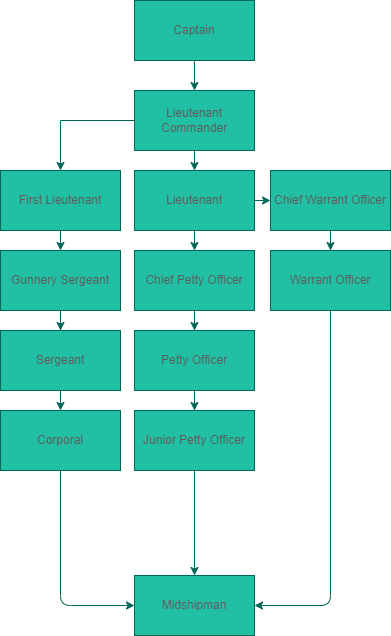
Earlier version of the draw.io export ChainofCommand.drawio.png (Bobbanz1/The-NSV-Chart). Source tidied: cells renumbered, new cells last; positions are measured from the earlier drawing's top-left corner, leaving out a move shared by most shapes.
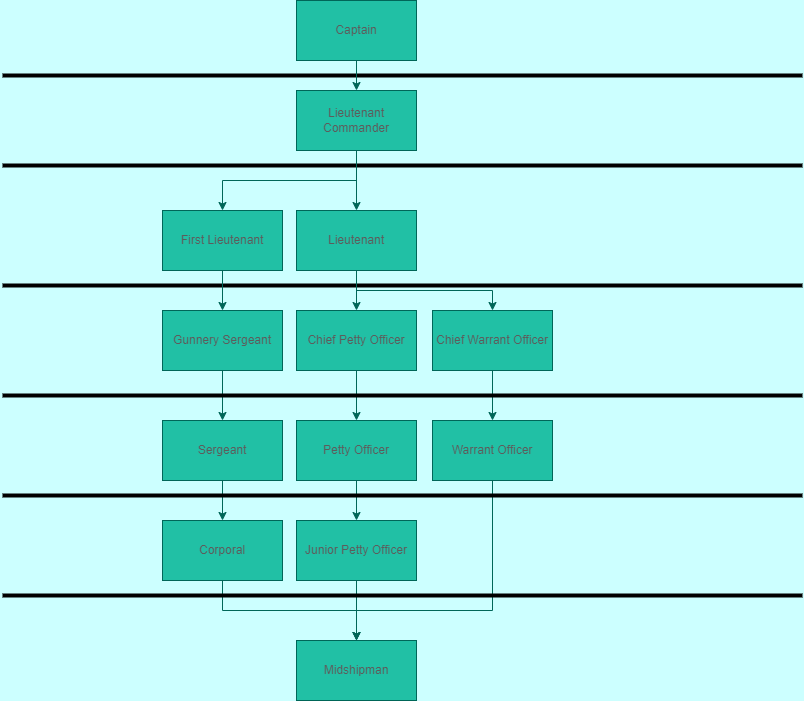
Above is the later version.

Change to the diagram source:
```diff
@@ -1,17 +1,26 @@
-<mxGraphModel>
+<mxGraphModel background="#CCFFFF">
   <root>
     <mxCell id="0" />
     <mxCell id="1" parent="0" />
+    <mxCell id="29" style="line;strokeWidth=4;html=1;perimeter=backbonePerimeter;rounded=0;sketch=0;fontColor=#5C5C5C;fillColor=#21C0A5;" parent="1" vertex="1">
+      <mxGeometry x="-160" y="280" width="800" height="10" as="geometry" />
+    </mxCell>
+    <mxCell id="30" style="line;strokeWidth=4;html=1;perimeter=backbonePerimeter;rounded=0;sketch=0;fontColor=#5C5C5C;fillColor=#21C0A5;" parent="1" vertex="1">
+      <mxGeometry x="-160" y="160" width="800" height="10" as="geometry" />
+    </mxCell>
+    <mxCell id="31" style="line;strokeWidth=4;html=1;perimeter=backbonePerimeter;rounded=0;sketch=0;fontColor=#5C5C5C;fillColor=#21C0A5;" parent="1" vertex="1">
+      <mxGeometry x="-160" y="70" width="800" height="10" as="geometry" />
+    </mxCell>
     <mxCell id="2" style="edgeStyle=orthogonalEdgeStyle;rounded=0;jettySize=auto;html=1;strokeColor=#006658;fontColor=#5C5C5C;" parent="1" edge="1" source="3" target="6">
       <mxGeometry relative="1" as="geometry" />
     </mxCell>
     <mxCell id="3" value="Captain" style="rounded=0;whiteSpace=wrap;html=1;fillColor=#21C0A5;strokeColor=#006658;fontColor=#5C5C5C;" parent="1" vertex="1">
       <mxGeometry x="134" width="120" height="60" as="geometry" />
     </mxCell>
-    <mxCell id="4" style="edgeStyle=orthogonalEdgeStyle;rounded=0;jettySize=auto;html=1;strokeColor=#006658;fontColor=#5C5C5C;" parent="1" edge="1" source="6" target="8">
+    <mxCell id="4" style="edgeStyle=orthogonalEdgeStyle;rounded=0;sketch=0;jettySize=auto;html=1;exitX=0.5;exitY=1;exitDx=0;exitDy=0;entryX=0.5;entryY=0;entryDx=0;entryDy=0;fontColor=#5C5C5C;strokeColor=#006658;fillColor=#21C0A5;" parent="1" edge="1" source="6" target="8">
       <mxGeometry relative="1" as="geometry" />
     </mxCell>
-    <mxCell id="5" style="edgeStyle=orthogonalEdgeStyle;curved=0;rounded=1;sketch=0;jettySize=auto;html=1;exitX=0.5;exitY=1;exitDx=0;exitDy=0;entryX=0.5;entryY=0;entryDx=0;entryDy=0;fontColor=#5C5C5C;strokeColor=#006658;fillColor=#21C0A5;" parent="1" edge="1" source="6" target="11">
+    <mxCell id="5" style="edgeStyle=orthogonalEdgeStyle;rounded=0;sketch=0;jettySize=auto;html=1;exitX=0.5;exitY=1;exitDx=0;exitDy=0;entryX=0.5;entryY=0;entryDx=0;entryDy=0;fontColor=#5C5C5C;strokeColor=#006658;fillColor=#21C0A5;" parent="1" edge="1" source="6" target="11">
       <mxGeometry relative="1" as="geometry" />
     </mxCell>
     <mxCell id="6" value="Lieutenant Commander" style="rounded=0;whiteSpace=wrap;html=1;fillColor=#21C0A5;strokeColor=#006658;fontColor=#5C5C5C;" parent="1" vertex="1">
@@ -21,67 +30,86 @@
       <mxGeometry relative="1" as="geometry" />
     </mxCell>
     <mxCell id="8" value="First Lieutenant" style="rounded=0;whiteSpace=wrap;html=1;fillColor=#21C0A5;strokeColor=#006658;fontColor=#5C5C5C;" parent="1" vertex="1">
-      <mxGeometry y="170" width="120" height="60" as="geometry" />
+      <mxGeometry y="210" width="120" height="60" as="geometry" />
     </mxCell>
+    <mxCell id="10" style="edgeStyle=orthogonalEdgeStyle;rounded=0;sketch=0;jettySize=auto;html=1;exitX=0.5;exitY=1;exitDx=0;exitDy=0;entryX=0.5;entryY=0;entryDx=0;entryDy=0;fontColor=#5C5C5C;strokeColor=#006658;fillColor=#21C0A5;" parent="1" edge="1" source="11" target="23">
+      <mxGeometry relative="1" as="geometry" />
+    </mxCell>
-    <mxCell id="9" style="edgeStyle=orthogonalEdgeStyle;curved=0;rounded=1;sketch=0;jettySize=auto;html=1;exitX=0.5;exitY=1;exitDx=0;exitDy=0;entryX=0.5;entryY=0;entryDx=0;entryDy=0;fontColor=#5C5C5C;strokeColor=#006658;fillColor=#21C0A5;" parent="1" edge="1" source="11" target="17">
+    <mxCell id="9" style="edgeStyle=orthogonalEdgeStyle;rounded=0;sketch=0;jettySize=auto;html=1;exitX=0.5;exitY=1;exitDx=0;exitDy=0;entryX=0.5;entryY=0;entryDx=0;entryDy=0;fontColor=#5C5C5C;strokeColor=#006658;fillColor=#21C0A5;" parent="1" edge="1" source="11" target="17">
       <mxGeometry relative="1" as="geometry" />
     </mxCell>
-    <mxCell id="10" style="edgeStyle=orthogonalEdgeStyle;curved=0;rounded=1;sketch=0;jettySize=auto;html=1;exitX=1;exitY=0.5;exitDx=0;exitDy=0;entryX=0;entryY=0.5;entryDx=0;entryDy=0;fontColor=#5C5C5C;strokeColor=#006658;fillColor=#21C0A5;" parent="1" edge="1" source="11" target="23">
-      <mxGeometry relative="1" as="geometry" />
-    </mxCell>
     <mxCell id="11" value="Lieutenant" style="whiteSpace=wrap;html=1;rounded=0;fillColor=#21C0A5;strokeColor=#006658;fontColor=#5C5C5C;" parent="1" vertex="1">
-      <mxGeometry x="134" y="170" width="120" height="60" as="geometry" />
+      <mxGeometry x="134" y="210" width="120" height="60" as="geometry" />
     </mxCell>
     <mxCell id="12" style="edgeStyle=orthogonalEdgeStyle;rounded=0;jettySize=auto;html=1;strokeColor=#006658;fontColor=#5C5C5C;" parent="1" edge="1" source="13" target="15">
       <mxGeometry relative="1" as="geometry" />
     </mxCell>
     <mxCell id="13" value="Gunnery Sergeant" style="whiteSpace=wrap;html=1;rounded=0;fillColor=#21C0A5;strokeColor=#006658;fontColor=#5C5C5C;" parent="1" vertex="1">
-      <mxGeometry y="250" width="120" height="60" as="geometry" />
+      <mxGeometry y="310" width="120" height="60" as="geometry" />
     </mxCell>
     <mxCell id="14" style="edgeStyle=orthogonalEdgeStyle;curved=0;rounded=1;sketch=0;jettySize=auto;html=1;fontColor=#5C5C5C;strokeColor=#006658;fillColor=#21C0A5;" parent="1" edge="1" source="15" target="28">
       <mxGeometry relative="1" as="geometry" />
     </mxCell>
     <mxCell id="15" value="Sergeant" style="whiteSpace=wrap;html=1;rounded=0;fillColor=#21C0A5;strokeColor=#006658;fontColor=#5C5C5C;" parent="1" vertex="1">
-      <mxGeometry y="330" width="120" height="60" as="geometry" />
+      <mxGeometry y="420" width="120" height="60" as="geometry" />
     </mxCell>
     <mxCell id="16" style="edgeStyle=orthogonalEdgeStyle;rounded=0;jettySize=auto;html=1;strokeColor=#006658;fontColor=#5C5C5C;" parent="1" edge="1" source="17" target="19">
       <mxGeometry relative="1" as="geometry" />
     </mxCell>
     <mxCell id="17" value="Chief Petty Officer" style="whiteSpace=wrap;html=1;rounded=0;fillColor=#21C0A5;strokeColor=#006658;fontColor=#5C5C5C;" parent="1" vertex="1">
-      <mxGeometry x="134" y="250" width="120" height="60" as="geometry" />
+      <mxGeometry x="134" y="310" width="120" height="60" as="geometry" />
     </mxCell>
     <mxCell id="18" style="edgeStyle=orthogonalEdgeStyle;rounded=0;jettySize=auto;html=1;strokeColor=#006658;fontColor=#5C5C5C;" parent="1" edge="1" source="19" target="21">
       <mxGeometry relative="1" as="geometry" />
     </mxCell>
     <mxCell id="19" value="Petty Officer" style="whiteSpace=wrap;html=1;rounded=0;fillColor=#21C0A5;strokeColor=#006658;fontColor=#5C5C5C;" parent="1" vertex="1">
-      <mxGeometry x="134" y="330" width="120" height="60" as="geometry" />
+      <mxGeometry x="134" y="420" width="120" height="60" as="geometry" />
     </mxCell>
-    <mxCell id="20" style="edgeStyle=orthogonalEdgeStyle;curved=0;rounded=1;sketch=0;jettySize=auto;html=1;exitX=0.5;exitY=1;exitDx=0;exitDy=0;entryX=0.5;entryY=0;entryDx=0;entryDy=0;fontColor=#5C5C5C;strokeColor=#006658;fillColor=#21C0A5;" parent="1" edge="1" source="21" target="26">
+    <mxCell id="20" style="edgeStyle=orthogonalEdgeStyle;rounded=0;sketch=0;jettySize=auto;html=1;exitX=0.5;exitY=1;exitDx=0;exitDy=0;entryX=0.5;entryY=0;entryDx=0;entryDy=0;fontColor=#5C5C5C;strokeColor=#006658;fillColor=#21C0A5;" parent="1" edge="1" source="21" target="26">
       <mxGeometry relative="1" as="geometry" />
     </mxCell>
     <mxCell id="21" value="Junior Petty Officer" style="whiteSpace=wrap;html=1;rounded=0;fillColor=#21C0A5;strokeColor=#006658;fontColor=#5C5C5C;" parent="1" vertex="1">
-      <mxGeometry x="134" y="410" width="120" height="60" as="geometry" />
+      <mxGeometry x="134" y="520" width="120" height="60" as="geometry" />
     </mxCell>
-    <mxCell id="22" style="edgeStyle=orthogonalEdgeStyle;rounded=0;jettySize=auto;html=1;strokeColor=#006658;fontColor=#5C5C5C;" parent="1" edge="1" source="23" target="25">
+    <mxCell id="22" style="edgeStyle=orthogonalEdgeStyle;curved=0;rounded=1;sketch=0;jettySize=auto;html=1;exitX=0.5;exitY=1;exitDx=0;exitDy=0;entryX=0.5;entryY=0;entryDx=0;entryDy=0;fontColor=#5C5C5C;strokeColor=#006658;fillColor=#21C0A5;" parent="1" edge="1" source="23" target="25">
       <mxGeometry relative="1" as="geometry" />
     </mxCell>
     <mxCell id="23" value="Chief Warrant Officer" style="whiteSpace=wrap;html=1;rounded=0;fillColor=#21C0A5;strokeColor=#006658;fontColor=#5C5C5C;" parent="1" vertex="1">
-      <mxGeometry x="270" y="170" width="120" height="60" as="geometry" />
+      <mxGeometry x="270" y="310" width="120" height="60" as="geometry" />
     </mxCell>
-    <mxCell id="24" style="edgeStyle=orthogonalEdgeStyle;curved=0;rounded=1;sketch=0;jettySize=auto;html=1;exitX=0.5;exitY=1;exitDx=0;exitDy=0;entryX=1;entryY=0.5;entryDx=0;entryDy=0;fontColor=#5C5C5C;strokeColor=#006658;fillColor=#21C0A5;" parent="1" edge="1" source="25" target="26">
-      <mxGeometry relative="1" as="geometry" />
+    <mxCell id="24" style="edgeStyle=orthogonalEdgeStyle;rounded=0;sketch=0;jettySize=auto;html=1;exitX=0.5;exitY=1;exitDx=0;exitDy=0;fontColor=#5C5C5C;strokeColor=#006658;fillColor=#21C0A5;entryX=0.5;entryY=0;entryDx=0;entryDy=0;" parent="1" edge="1" source="25" target="26">
+      <mxGeometry relative="1" as="geometry">
+        <Array as="points">
+          <mxPoint x="330" y="610" />
+          <mxPoint x="194" y="610" />
+        </Array>
+      </mxGeometry>
     </mxCell>
     <mxCell id="25" value="Warrant Officer" style="whiteSpace=wrap;html=1;rounded=0;fillColor=#21C0A5;strokeColor=#006658;fontColor=#5C5C5C;" parent="1" vertex="1">
-      <mxGeometry x="270" y="250" width="120" height="60" as="geometry" />
+      <mxGeometry x="270" y="420" width="120" height="60" as="geometry" />
     </mxCell>
     <mxCell id="26" value="Midshipman" style="whiteSpace=wrap;html=1;rounded=0;fillColor=#21C0A5;strokeColor=#006658;fontColor=#5C5C5C;" parent="1" vertex="1">
-      <mxGeometry x="134" y="575" width="120" height="60" as="geometry" />
+      <mxGeometry x="134" y="640" width="120" height="60" as="geometry" />
     </mxCell>
-    <mxCell id="27" style="edgeStyle=orthogonalEdgeStyle;curved=0;rounded=1;sketch=0;jettySize=auto;html=1;entryX=0;entryY=0.5;entryDx=0;entryDy=0;fontColor=#5C5C5C;strokeColor=#006658;fillColor=#21C0A5;exitX=0.5;exitY=1;exitDx=0;exitDy=0;" parent="1" edge="1" source="28" target="26">
-      <mxGeometry relative="1" as="geometry" />
+    <mxCell id="27" style="edgeStyle=orthogonalEdgeStyle;rounded=0;sketch=0;jettySize=auto;html=1;exitX=0.5;exitY=1;exitDx=0;exitDy=0;fontColor=#5C5C5C;strokeColor=#006658;fillColor=#21C0A5;entryX=0.5;entryY=0;entryDx=0;entryDy=0;" parent="1" edge="1" source="28" target="26">
+      <mxGeometry relative="1" as="geometry">
+        <Array as="points">
+          <mxPoint x="60" y="610" />
+          <mxPoint x="194" y="610" />
+        </Array>
+      </mxGeometry>
     </mxCell>
     <mxCell id="28" value="Corporal" style="whiteSpace=wrap;html=1;fillColor=#21C0A5;strokeColor=#006658;fontColor=#5C5C5C;rounded=0;" parent="1" vertex="1">
-      <mxGeometry y="410" width="120" height="60" as="geometry" />
+      <mxGeometry y="520" width="120" height="60" as="geometry" />
     </mxCell>
+    <mxCell id="32" style="line;strokeWidth=4;html=1;perimeter=backbonePerimeter;rounded=0;sketch=0;fontColor=#5C5C5C;fillColor=#21C0A5;" parent="1" vertex="1">
+      <mxGeometry x="-160" y="390" width="800" height="10" as="geometry" />
+    </mxCell>
+    <mxCell id="33" style="line;strokeWidth=4;html=1;perimeter=backbonePerimeter;rounded=0;sketch=0;fontColor=#5C5C5C;fillColor=#21C0A5;" parent="1" vertex="1">
+      <mxGeometry x="-160" y="490" width="800" height="10" as="geometry" />
+    </mxCell>
+    <mxCell id="34" style="line;strokeWidth=4;html=1;perimeter=backbonePerimeter;rounded=0;sketch=0;fontColor=#5C5C5C;fillColor=#21C0A5;" parent="1" vertex="1">
+      <mxGeometry x="-160" y="590" width="800" height="10" as="geometry" />
+    </mxCell>
   </root>
 </mxGraphModel>
```
